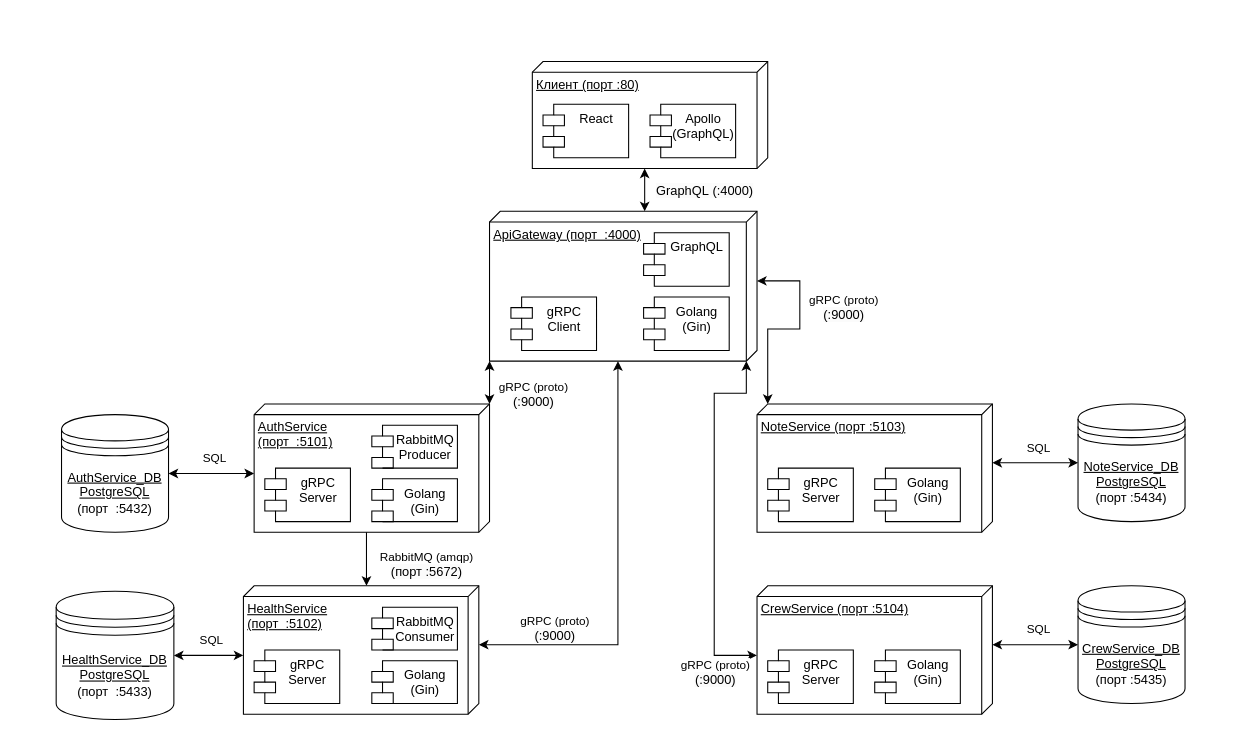
Peygy/MedApp keeps this draw.io diagram as page "Page-1" (1 of 3) of Архитектура.drawio. Above is the earlier version. Source tidied: cells renumbered, new cells numbered last; positions are measured from the earlier drawing's top-left corner, leaving out a move shared by most shapes. Both pictures are drawn from the tidied source at 107%, with x=0, y=0 at pixel (56, 61).
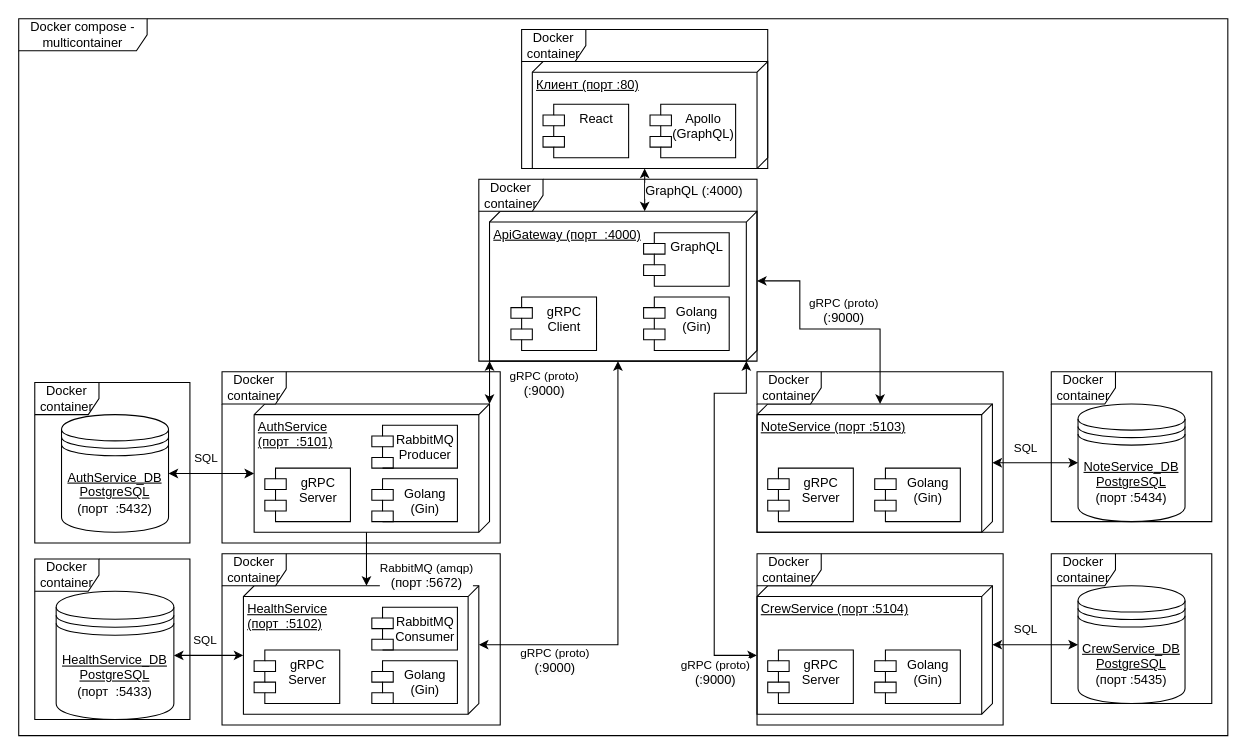
The same page after the edit.

The change refers to these unchanged cells:
```xml
<mxCell id="4" value="ApiGateway (порт&amp;nbsp; :4000)" style="verticalAlign=top;align=left;spacingTop=8;spacingLeft=2;spacingRight=12;shape=cube;size=10;direction=south;fontStyle=4;html=1;whiteSpace=wrap;" parent="1" vertex="1">
  <mxGeometry x="405" y="140" width="250" height="140" as="geometry" />
</mxCell>
<mxCell id="8" style="endArrow=classic;startArrow=classic;html=1;rounded=0;entryX=0;entryY=0;entryDx=100;entryDy=115;entryPerimeter=0;exitX=0;exitY=0;exitDx=0;exitDy=105;exitPerimeter=0;" parent="1" edge="1" source="4" target="2">
  <mxGeometry relative="1" as="geometry" />
</mxCell>
<mxCell id="16" value="NoteService (порт :5103)" style="verticalAlign=top;align=left;spacingTop=8;spacingLeft=2;spacingRight=12;shape=cube;size=10;direction=south;fontStyle=4;html=1;whiteSpace=wrap;" parent="1" vertex="1">
  <mxGeometry x="655" y="320" width="220" height="120" as="geometry" />
</mxCell>
<mxCell id="19" value="CrewService (порт :5104)" style="verticalAlign=top;align=left;spacingTop=8;spacingLeft=2;spacingRight=12;shape=cube;size=10;direction=south;fontStyle=4;html=1;whiteSpace=wrap;" parent="1" vertex="1">
  <mxGeometry x="655" y="490" width="220" height="120" as="geometry" />
</mxCell>
<mxCell id="22" style="endArrow=classic;startArrow=classic;html=1;rounded=0;entryX=1;entryY=1;entryDx=0;entryDy=0;entryPerimeter=0;exitX=0;exitY=0;exitDx=0;exitDy=0;exitPerimeter=0;" parent="1" edge="1" source="10" target="4">
  <mxGeometry relative="1" as="geometry" />
</mxCell>
<mxCell id="25" style="endArrow=classic;startArrow=none;html=1;rounded=0;entryX=0;entryY=0;entryDx=0;entryDy=105;entryPerimeter=0;exitX=0;exitY=0;exitDx=120;exitDy=115;exitPerimeter=0;startFill=0;" parent="1" edge="1" source="10" target="13">
  <mxGeometry relative="1" as="geometry" />
</mxCell>
<mxCell id="28" style="endArrow=classic;startArrow=classic;html=1;rounded=0;exitX=1;exitY=0.5;exitDx=0;exitDy=0;entryX=0;entryY=0;entryDx=65;entryDy=220;entryPerimeter=0;" parent="1" edge="1" source="27" target="10">
  <mxGeometry relative="1" as="geometry" />
</mxCell>
<mxCell id="31" style="endArrow=classic;startArrow=classic;html=1;rounded=0;exitX=1;exitY=0.5;exitDx=0;exitDy=0;entryX=0;entryY=0;entryDx=65;entryDy=220;entryPerimeter=0;" parent="1" edge="1" source="30" target="13">
  <mxGeometry relative="1" as="geometry" />
</mxCell>
<mxCell id="34" style="endArrow=classic;startArrow=classic;html=1;rounded=0;entryX=0;entryY=0;entryDx=140;entryDy=130;entryPerimeter=0;exitX=0;exitY=0;exitDx=55;exitDy=0;exitPerimeter=0;" parent="1" edge="1" source="13" target="4">
  <mxGeometry relative="1" as="geometry">
    <Array as="points">
      <mxPoint x="525" y="545" />
    </Array>
  </mxGeometry>
</mxCell>
<mxCell id="37" style="endArrow=classic;startArrow=classic;html=1;rounded=0;exitX=0;exitY=0;exitDx=55;exitDy=0;entryX=0;entryY=0.5;entryDx=0;entryDy=0;exitPerimeter=0;" parent="1" edge="1" source="16" target="36">
  <mxGeometry relative="1" as="geometry" />
</mxCell>
<mxCell id="39" style="endArrow=classic;startArrow=classic;html=1;rounded=0;exitX=0;exitY=0;exitDx=55;exitDy=0;entryX=0;entryY=0.5;entryDx=0;entryDy=0;exitPerimeter=0;" parent="1" edge="1" source="19" target="33">
  <mxGeometry relative="1" as="geometry" />
</mxCell>
```

Change to the diagram source:
```diff
@@
     <mxCell id="9" value="&lt;span style=&quot;font-size: 12px; text-wrap: wrap; background-color: rgb(251, 251, 251);&quot;&gt;GraphQL&amp;nbsp;&lt;/span&gt;&lt;span style=&quot;font-size: 12px; text-align: left; text-wrap: wrap; background-color: rgb(251, 251, 251);&quot;&gt;(:4000)&lt;/span&gt;" style="edgeLabel;html=1;align=center;verticalAlign=middle;" parent="8" vertex="1">
       <mxGeometry y="-1" relative="1" as="geometry">
-        <mxPoint x="54" as="offset" />
+        <mxPoint x="44" as="offset" />
       </mxGeometry>
     </mxCell>
@@
     <mxCell id="23" value="gRPC (proto)&lt;div&gt;&lt;span style=&quot;font-size: 12px; text-wrap: wrap; background-color: rgb(251, 251, 251);&quot;&gt;(:9000)&lt;/span&gt;&lt;br&gt;&lt;/div&gt;" style="edgeLabel;html=1;align=center;verticalAlign=middle;" parent="22" vertex="1">
       <mxGeometry x="0.09" y="2" relative="1" as="geometry">
-        <mxPoint x="42" y="12" as="offset" />
+        <mxPoint x="52" y="2" as="offset" />
       </mxGeometry>
     </mxCell>
@@
     <mxCell id="26" value="RabbitMQ (amqp)&lt;br&gt;&lt;span style=&quot;font-size: 12px; text-align: left; text-wrap: wrap; background-color: rgb(251, 251, 251);&quot;&gt;(порт :5672)&lt;/span&gt;" style="edgeLabel;html=1;align=center;verticalAlign=middle;" parent="25" vertex="1">
       <mxGeometry x="0.09" y="2" relative="1" as="geometry">
-        <mxPoint x="53" y="2" as="offset" />
+        <mxPoint x="53" y="13" as="offset" />
       </mxGeometry>
     </mxCell>
@@
     <mxCell id="29" value="SQL" style="edgeLabel;html=1;align=center;verticalAlign=middle;" parent="28" vertex="1">
       <mxGeometry x="0.04" y="3" relative="1" as="geometry">
-        <mxPoint y="-12" as="offset" />
+        <mxPoint x="-8" y="-12" as="offset" />
       </mxGeometry>
     </mxCell>
@@
     <mxCell id="32" value="SQL" style="edgeLabel;html=1;align=center;verticalAlign=middle;" parent="31" vertex="1">
       <mxGeometry x="0.04" y="3" relative="1" as="geometry">
-        <mxPoint y="-12" as="offset" />
+        <mxPoint x="-6" y="-12" as="offset" />
       </mxGeometry>
     </mxCell>
@@
     <mxCell id="35" value="gRPC (proto)&lt;div&gt;&lt;span style=&quot;font-size: 12px; text-wrap: wrap; background-color: rgb(251, 251, 251);&quot;&gt;(:9000)&lt;/span&gt;&lt;/div&gt;" style="edgeLabel;html=1;align=center;verticalAlign=middle;" parent="34" vertex="1">
       <mxGeometry x="0.09" y="2" relative="1" as="geometry">
-        <mxPoint x="-58" y="69" as="offset" />
+        <mxPoint x="-58" y="99" as="offset" />
       </mxGeometry>
     </mxCell>
@@
     <mxCell id="38" value="SQL" style="edgeLabel;html=1;align=center;verticalAlign=middle;" parent="37" vertex="1">
       <mxGeometry x="0.04" y="3" relative="1" as="geometry">
-        <mxPoint y="-12" as="offset" />
+        <mxPoint x="-12" y="-12" as="offset" />
       </mxGeometry>
     </mxCell>
@@
     <mxCell id="40" value="SQL" style="edgeLabel;html=1;align=center;verticalAlign=middle;" parent="39" vertex="1">
       <mxGeometry x="0.04" y="3" relative="1" as="geometry">
-        <mxPoint y="-12" as="offset" />
+        <mxPoint x="-12" y="-12" as="offset" />
       </mxGeometry>
     </mxCell>
-    <mxCell id="41" style="endArrow=classic;startArrow=classic;html=1;rounded=0;entryX=0;entryY=0;entryDx=65;entryDy=0;entryPerimeter=0;exitX=0;exitY=0;exitDx=0;exitDy=210;exitPerimeter=0;" parent="1" edge="1" source="16" target="4">
+    <mxCell id="41" style="endArrow=classic;startArrow=classic;html=1;rounded=0;entryX=0;entryY=0;entryDx=65;entryDy=0;entryPerimeter=0;exitX=0;exitY=0;exitDx=0;exitDy=105;exitPerimeter=0;" parent="1" edge="1" source="16" target="4">
       <mxGeometry relative="1" as="geometry">
         <Array as="points">
-          <mxPoint x="665" y="250" />
+          <mxPoint x="770" y="250" />
           <mxPoint x="695" y="250" />
           <mxPoint x="695" y="205" />
         </Array>
       </mxGeometry>
     </mxCell>
     <mxCell id="42" value="gRPC (proto)&lt;div&gt;&lt;span style=&quot;font-size: 12px; text-wrap: wrap; background-color: rgb(251, 251, 251);&quot;&gt;(:9000)&lt;/span&gt;&lt;/div&gt;" style="edgeLabel;html=1;align=center;verticalAlign=middle;" parent="41" vertex="1">
       <mxGeometry x="0.09" y="2" relative="1" as="geometry">
-        <mxPoint x="42" y="-20" as="offset" />
+        <mxPoint x="20" y="-20" as="offset" />
       </mxGeometry>
     </mxCell>
-    <mxCell id="43" style="endArrow=classic;startArrow=classic;html=1;rounded=0;entryX=0;entryY=0;entryDx=140;entryDy=10;entryPerimeter=0;exitX=0;exitY=0;exitDx=65;exitDy=220;exitPerimeter=0;" parent="1" edge="1" source="19" target="4">
+    <mxCell id="43" style="endArrow=classic;startArrow=classic;html=1;rounded=0;exitX=0;exitY=0;exitDx=65;exitDy=220;exitPerimeter=0;entryX=0;entryY=0;entryDx=140;entryDy=10;entryPerimeter=0;" parent="1" edge="1" source="19" target="4">
       <mxGeometry relative="1" as="geometry">
         <Array as="points">
           <mxPoint x="615" y="555" />
           <mxPoint x="615" y="310" />
           <mxPoint x="645" y="310" />
         </Array>
       </mxGeometry>
     </mxCell>
@@
+    <mxCell id="47" value="Docker container" style="shape=umlFrame;whiteSpace=wrap;html=1;" parent="1" vertex="1">
+      <mxGeometry x="155" y="290" width="260" height="160" as="geometry" />
+    </mxCell>
+    <mxCell id="48" value="Docker container" style="shape=umlFrame;whiteSpace=wrap;html=1;" parent="1" vertex="1">
+      <mxGeometry x="-20" y="300" width="145" height="150" as="geometry" />
+    </mxCell>
+    <mxCell id="49" value="Docker container" style="shape=umlFrame;whiteSpace=wrap;html=1;" parent="1" vertex="1">
+      <mxGeometry x="-20" y="465" width="145" height="150" as="geometry" />
+    </mxCell>
+    <mxCell id="50" value="Docker container" style="shape=umlFrame;whiteSpace=wrap;html=1;" parent="1" vertex="1">
+      <mxGeometry x="930" y="290" width="150" height="140" as="geometry" />
+    </mxCell>
+    <mxCell id="51" value="Docker container" style="shape=umlFrame;whiteSpace=wrap;html=1;" parent="1" vertex="1">
+      <mxGeometry x="930" y="460" width="150" height="140" as="geometry" />
+    </mxCell>
+    <mxCell id="52" value="Docker container" style="shape=umlFrame;whiteSpace=wrap;html=1;" parent="1" vertex="1">
+      <mxGeometry x="155" y="460" width="260" height="160" as="geometry" />
+    </mxCell>
+    <mxCell id="53" value="Docker container" style="shape=umlFrame;whiteSpace=wrap;html=1;" parent="1" vertex="1">
+      <mxGeometry x="655" y="290" width="230" height="150" as="geometry" />
+    </mxCell>
+    <mxCell id="54" value="Docker container" style="shape=umlFrame;whiteSpace=wrap;html=1;" parent="1" vertex="1">
+      <mxGeometry x="655" y="460" width="230" height="160" as="geometry" />
+    </mxCell>
+    <mxCell id="55" value="Docker container" style="shape=umlFrame;whiteSpace=wrap;html=1;" parent="1" vertex="1">
+      <mxGeometry x="395" y="110" width="260" height="170" as="geometry" />
+    </mxCell>
+    <mxCell id="56" value="Docker container" style="shape=umlFrame;whiteSpace=wrap;html=1;" parent="1" vertex="1">
+      <mxGeometry x="435" y="-30" width="230" height="130" as="geometry" />
+    </mxCell>
+    <mxCell id="57" value="Docker compose - multicontainer" style="shape=umlFrame;whiteSpace=wrap;html=1;width=120;height=30;" parent="1" vertex="1">
+      <mxGeometry x="-35" y="-40" width="1130" height="670" as="geometry" />
+    </mxCell>
```
